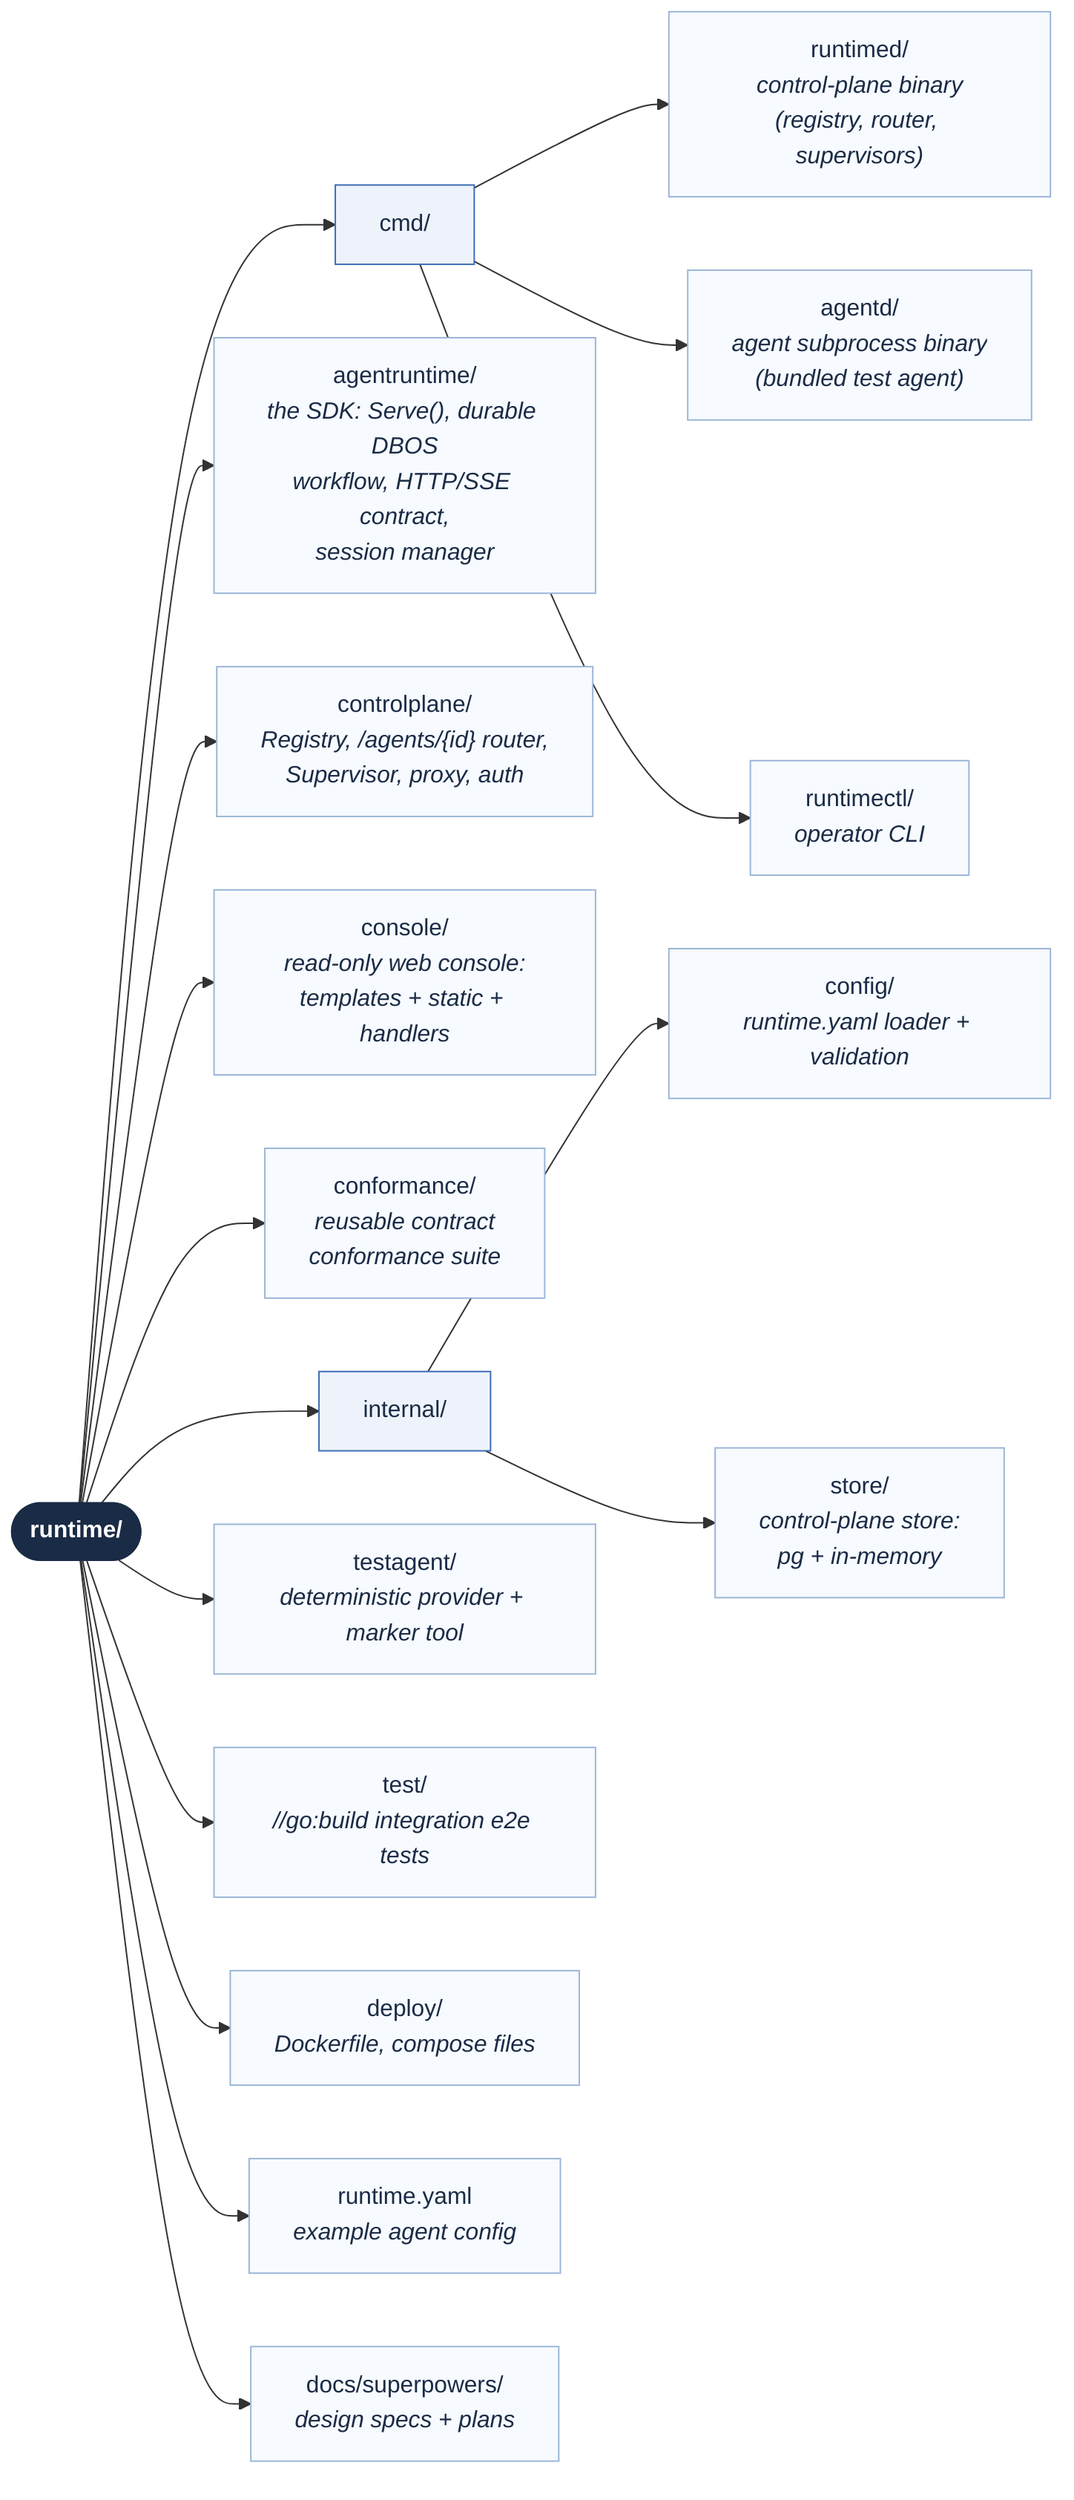
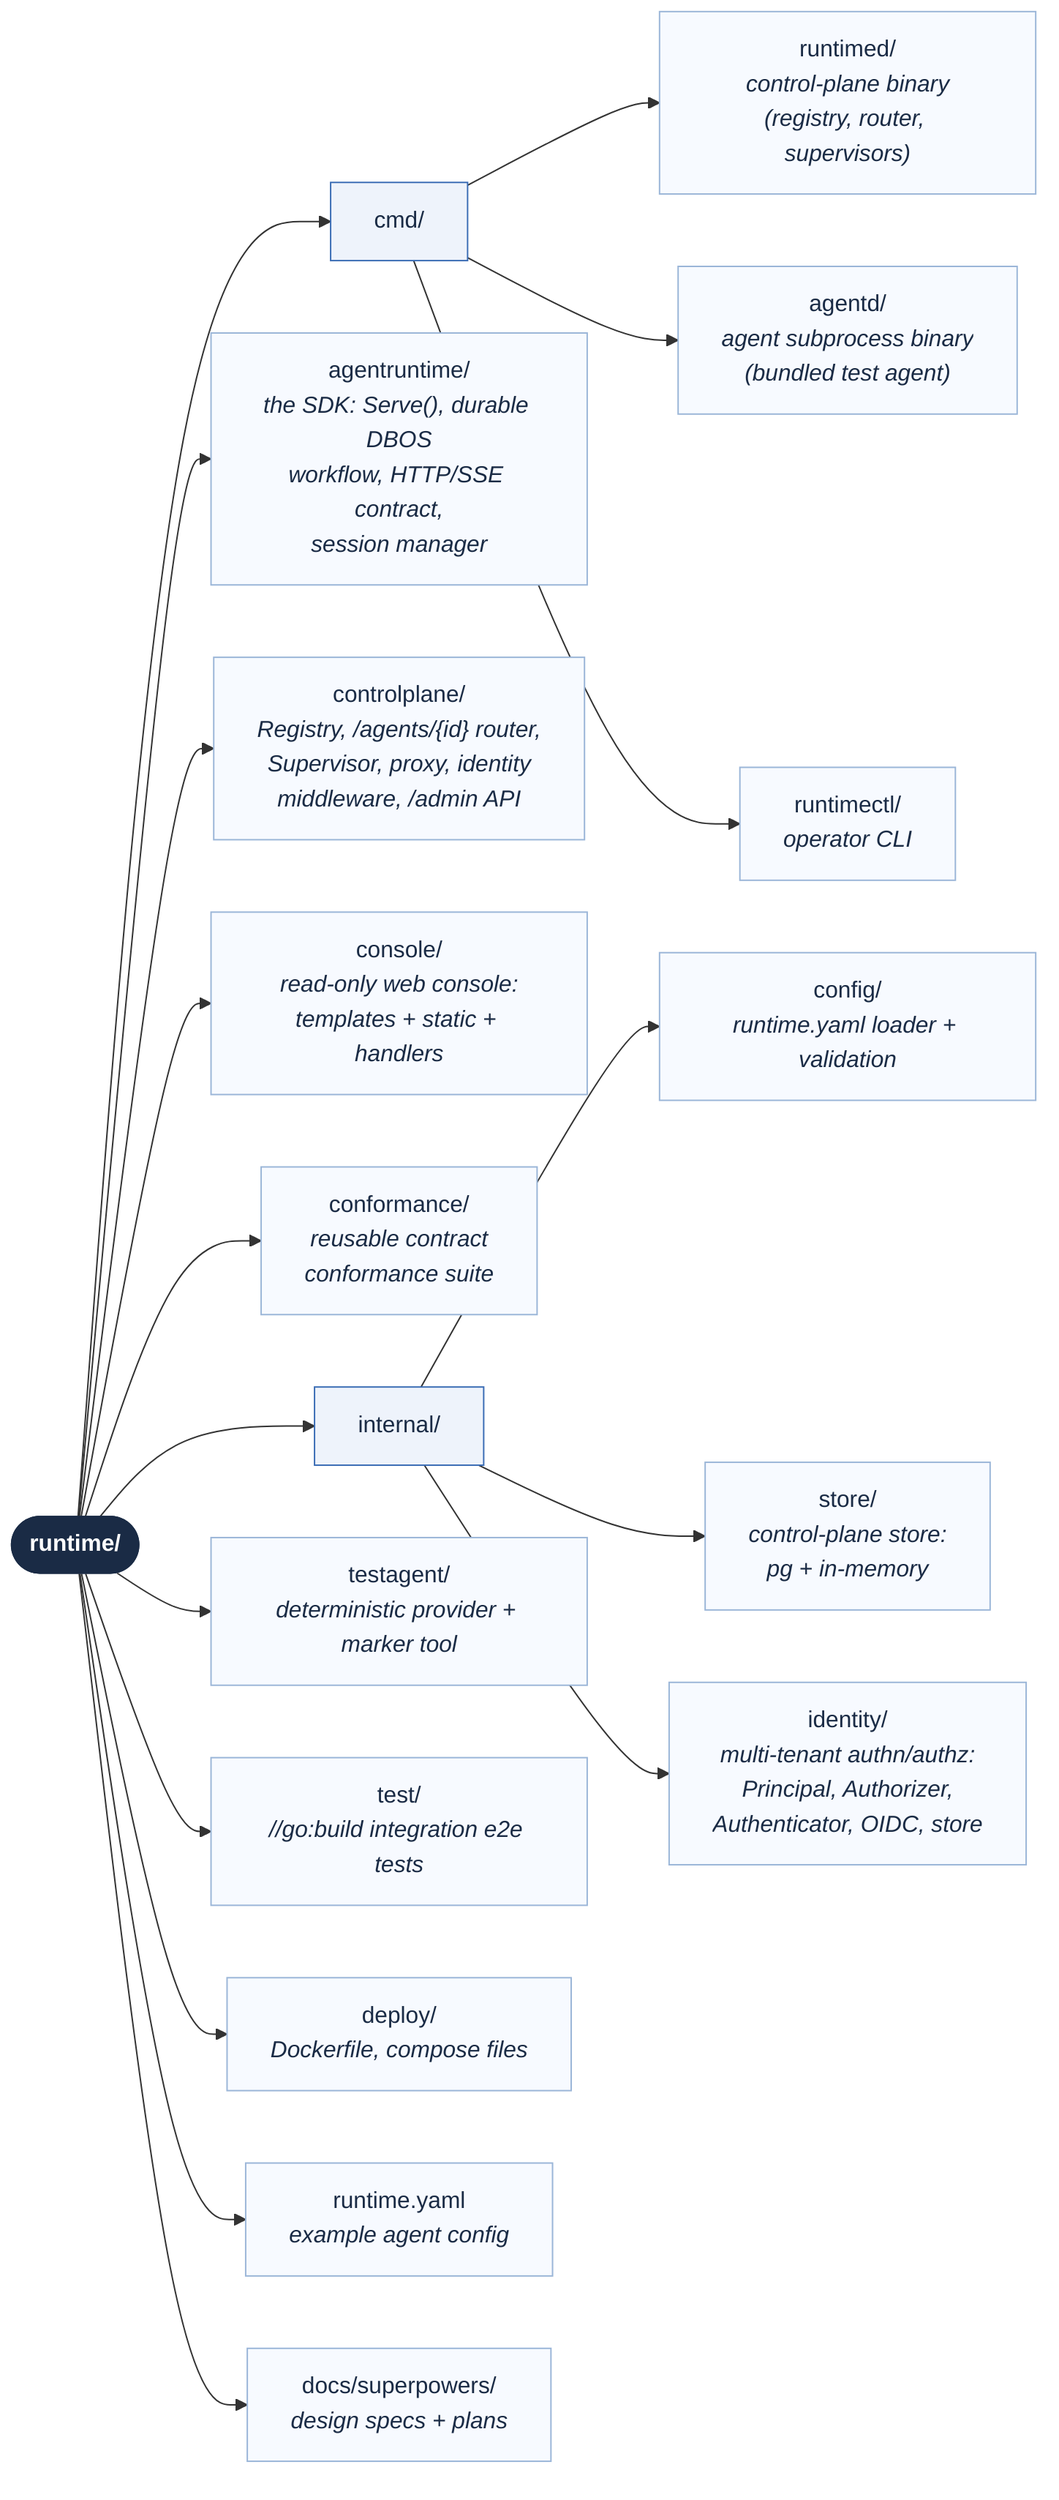
%% Runtime project layout (top-level packages and their responsibilities).
%% Render: mmdc -i project-layout.mmd -o project-layout.png -t neutral -b white -s 3
flowchart LR
    root(["runtime/"])

    cmd["cmd/"]
    runtimed_b["runtimed/<br/><i>control-plane binary<br/>(registry, router, supervisors)</i>"]
    agentd_b["agentd/<br/><i>agent subprocess binary<br/>(bundled test agent)</i>"]
    runtimectl_b["runtimectl/<br/><i>operator CLI</i>"]

    sdk["agentruntime/<br/><i>the SDK: Serve(), durable DBOS<br/>workflow, HTTP/SSE contract,<br/>session manager</i>"]
-     ctrl["controlplane/<br/><i>Registry, /agents/{id} router,<br/>Supervisor, proxy, auth</i>"]
+     ctrl["controlplane/<br/><i>Registry, /agents/{id} router,<br/>Supervisor, proxy, identity<br/>middleware, /admin API</i>"]
    console["console/<br/><i>read-only web console:<br/>templates + static + handlers</i>"]
    conf["conformance/<br/><i>reusable contract<br/>conformance suite</i>"]

    internal["internal/"]
    cfg["config/<br/><i>runtime.yaml loader + validation</i>"]
    store["store/<br/><i>control-plane store:<br/>pg + in-memory</i>"]
+     ident["identity/<br/><i>multi-tenant authn/authz:<br/>Principal, Authorizer,<br/>Authenticator, OIDC, store</i>"]

    testagent["testagent/<br/><i>deterministic provider + marker tool</i>"]
    test["test/<br/><i>//go:build integration e2e tests</i>"]
    deploy["deploy/<br/><i>Dockerfile, compose files</i>"]
    yaml["runtime.yaml<br/><i>example agent config</i>"]
    docs["docs/superpowers/<br/><i>design specs + plans</i>"]

    root --> cmd
    cmd --> runtimed_b
    cmd --> agentd_b
    cmd --> runtimectl_b
    root --> sdk
    root --> ctrl
    root --> console
    root --> conf
    root --> internal
    internal --> cfg
    internal --> store
+     internal --> ident
    root --> testagent
    root --> test
    root --> deploy
    root --> yaml
    root --> docs

    classDef dir fill:#eef3fb,stroke:#3b6db5,stroke-width:1px,color:#1a2b45;
    classDef leaf fill:#f7faff,stroke:#9bb6d8,stroke-width:1px,color:#1a2b45;
    classDef rootNode fill:#1a2b45,stroke:#1a2b45,color:#ffffff,font-weight:bold;

    class root rootNode;
    class cmd,internal dir;
-     class runtimed_b,agentd_b,runtimectl_b,sdk,ctrl,console,conf,cfg,store,testagent,test,deploy,yaml,docs leaf;
+     class runtimed_b,agentd_b,runtimectl_b,sdk,ctrl,console,conf,cfg,store,ident,testagent,test,deploy,yaml,docs leaf;
